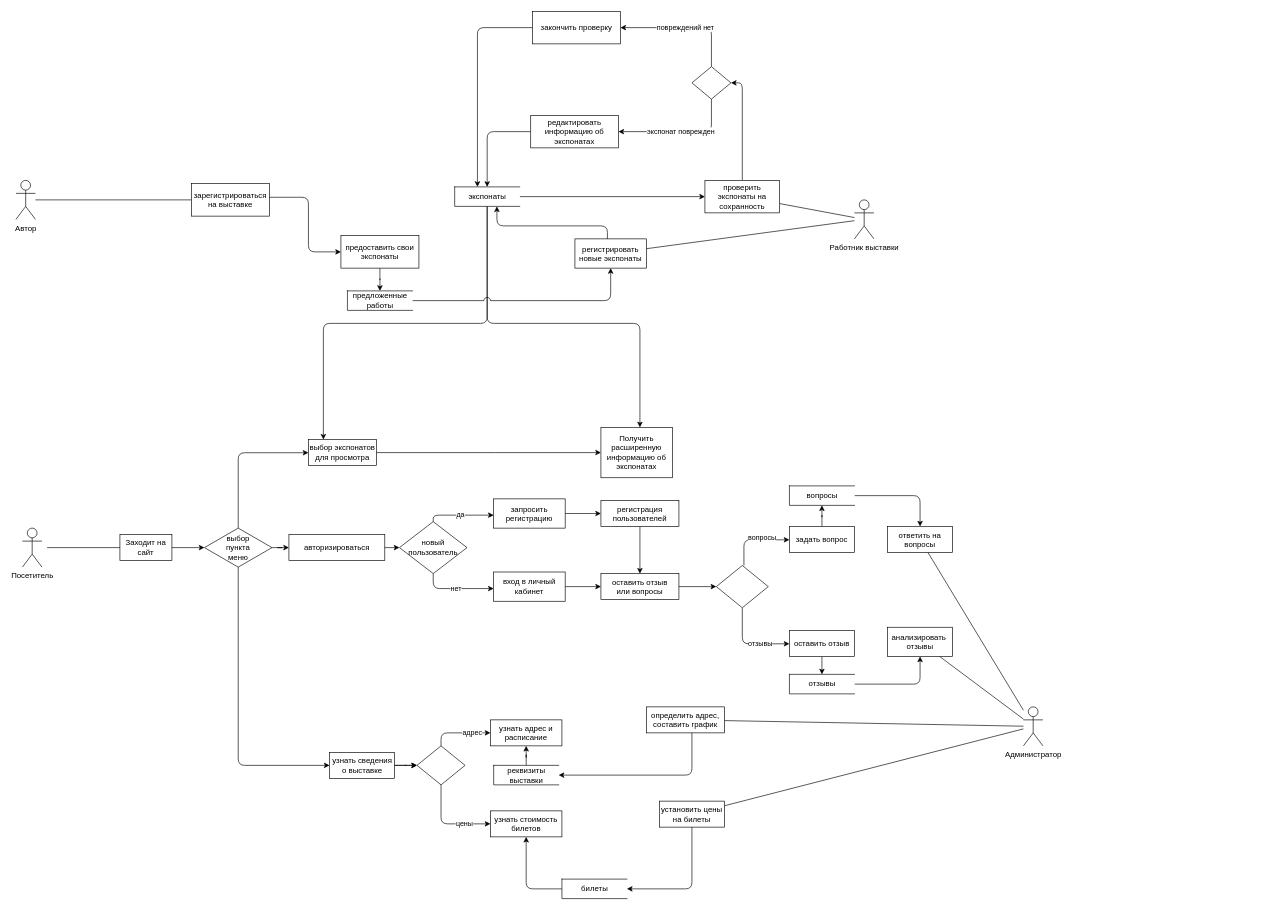
Earlier version of the draw.io diagram Diagrams/DFD_use-case.drawio (OlgaMats/-). Source tidied: cells renumbered, new cells numbered last; positions are measured from the earlier drawing's top-left corner, leaving out a move shared by most shapes. Both pictures are drawn from the tidied source at 65%, with x=0, y=0 at pixel (16, 11).
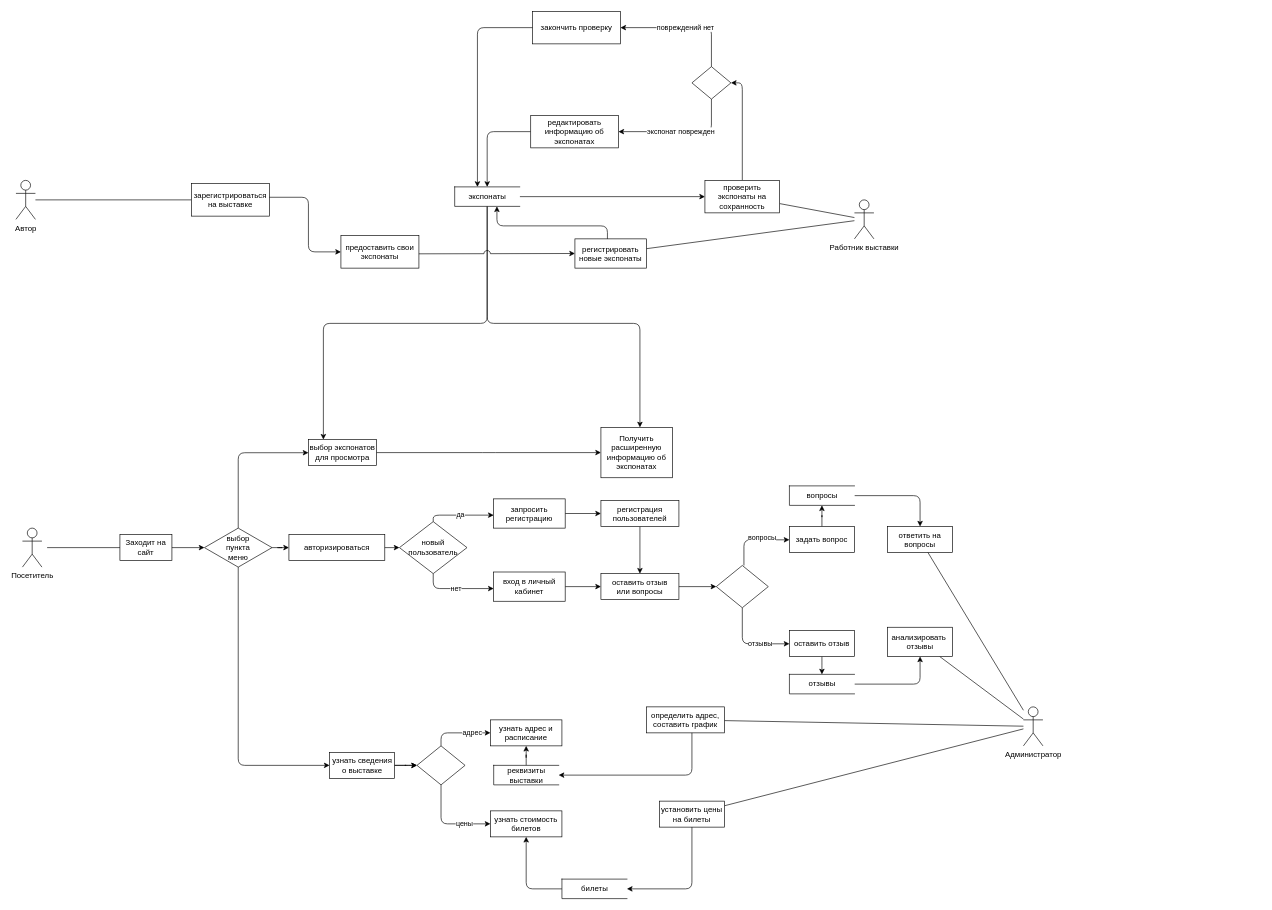
Above is the later version.

The change refers to these unchanged cells:
```xml
<mxCell id="35" value="регистрировать новые экспонаты" style="rounded=0;whiteSpace=wrap;html=1;hachureGap=4;strokeWidth=1;" parent="1" vertex="1">
  <mxGeometry x="860" y="350" width="110" height="45" as="geometry" />
</mxCell>
<mxCell id="68" value="предоставить свои экспонаты" style="rounded=0;whiteSpace=wrap;html=1;hachureGap=4;strokeWidth=1;" parent="1" vertex="1">
  <mxGeometry x="500" y="345" width="120" height="50" as="geometry" />
</mxCell>
```

Diff of the diagram source:
```diff
@@
-    <mxCell id="67" style="edgeStyle=orthogonalEdgeStyle;rounded=1;jettySize=auto;html=1;" parent="1" edge="1" source="68" target="88">
-      <mxGeometry relative="1" as="geometry" />
-    </mxCell>
@@
-    <mxCell id="87" style="edgeStyle=orthogonalEdgeStyle;rounded=1;jettySize=auto;html=1;jumpStyle=arc;jumpSize=10;" parent="1" edge="1" source="88" target="35">
-      <mxGeometry relative="1" as="geometry" />
+    <mxCell id="87" style="edgeStyle=orthogonalEdgeStyle;rounded=1;jettySize=auto;html=1;jumpStyle=arc;jumpSize=10;" parent="1" edge="1" target="35">
+      <mxGeometry relative="1" as="geometry">
+        <mxPoint x="620" y="373" as="sourcePoint" />
+      </mxGeometry>
     </mxCell>
-    <mxCell id="88" value="предложенные &lt;br&gt;работы" style="html=1;dashed=0;whitespace=wrap;shape=partialRectangle;right=0;fontSize=12;strokeWidth=1;" parent="1" vertex="1">
-      <mxGeometry x="510" y="430" width="100" height="30" as="geometry" />
-    </mxCell>
```
